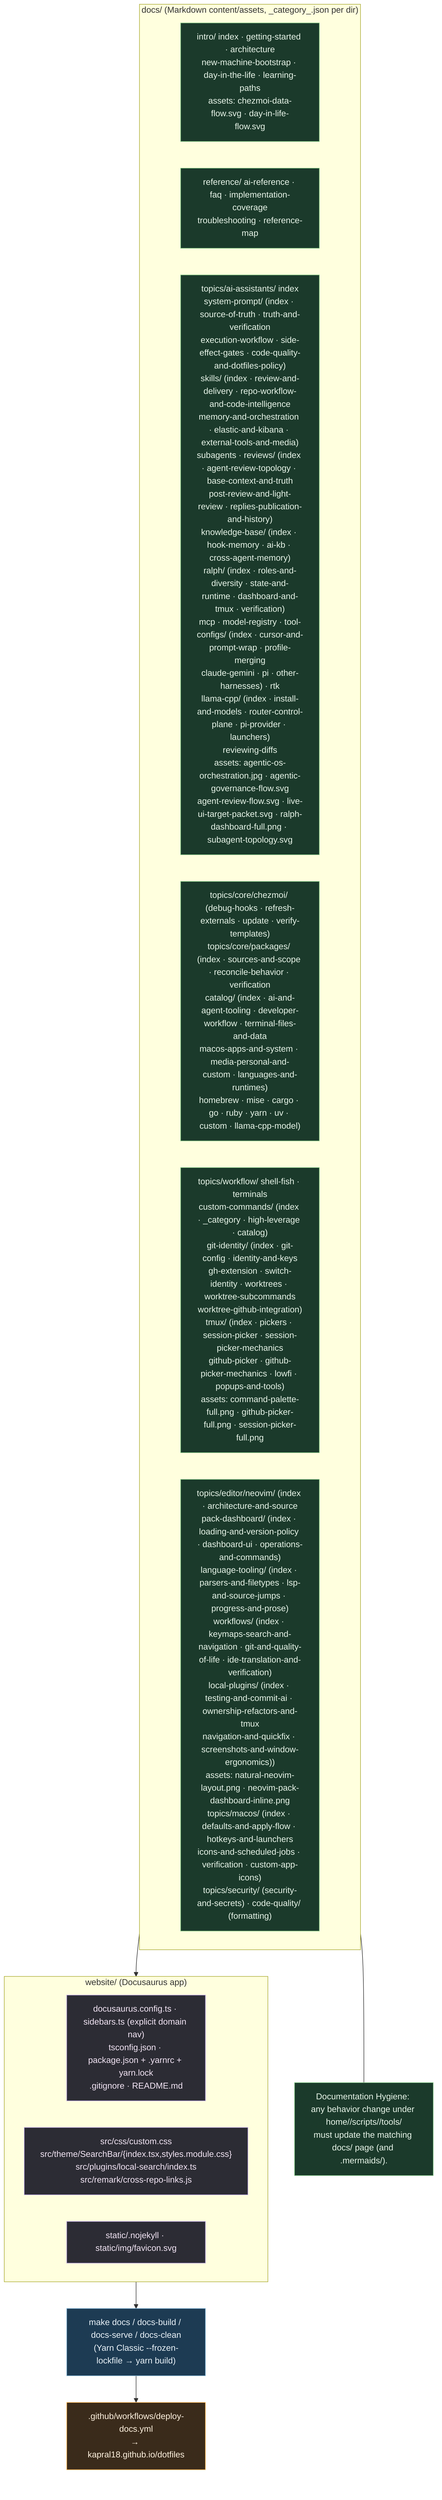
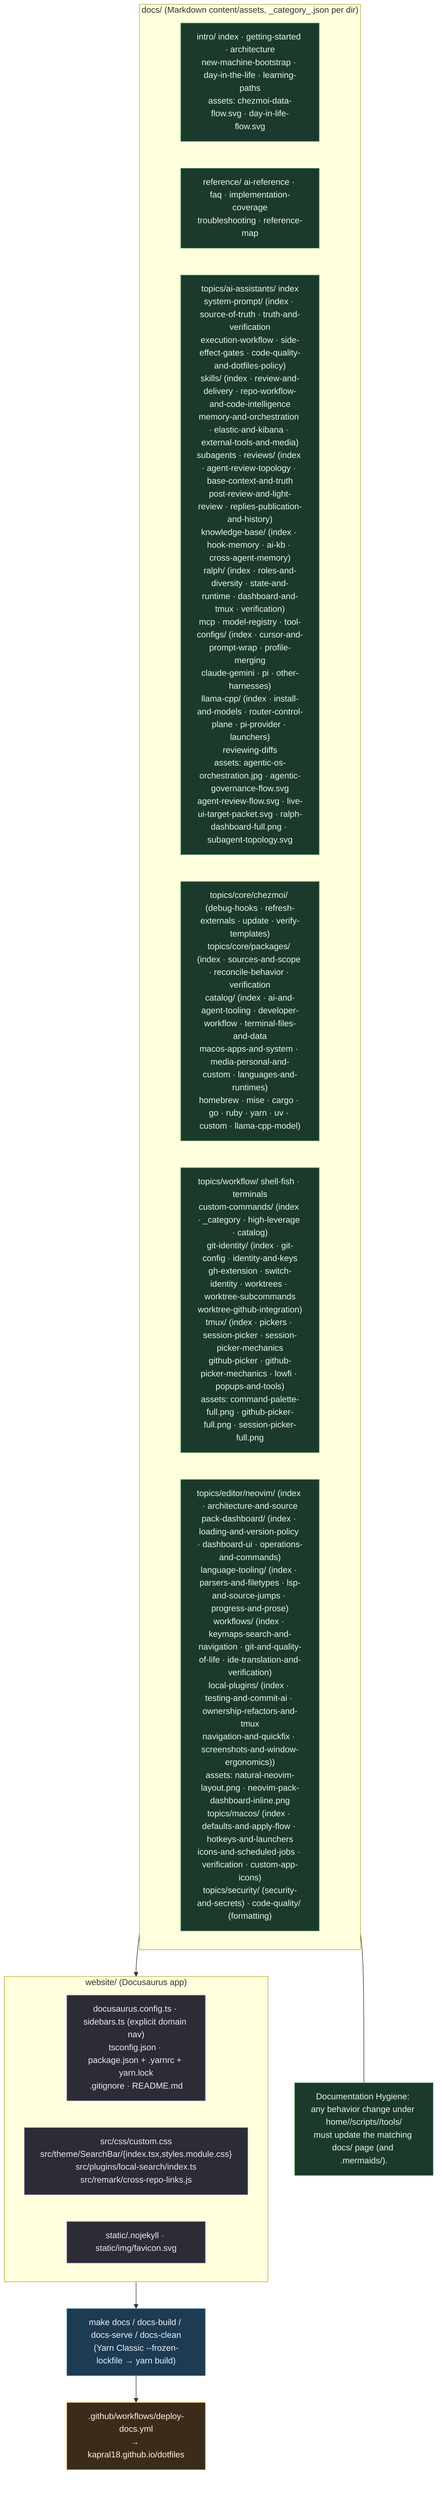
%% ============================================================================
%% 10-docs-and-repo-meta.mmd — Docusaurus site (website/ + docs/) and how it
%% ships. docs/ = Markdown content/assets; website/ = build/theme; deployed to GitHub Pages.
%% Every docs page + every website source file named.
%% ============================================================================
flowchart TB
    classDef site fill:#1d3b53,stroke:#7fb3d5,color:#eaf2f8;
    classDef content fill:#1b3a2b,stroke:#81c784,color:#e8f5e9;
    classDef build fill:#2c2c34,stroke:#b39ddb,color:#f3e5f5;
    classDef ci fill:#3a2b1b,stroke:#ffb74d,color:#fff3e0;

    subgraph WEBSITE["website/ (Docusaurus app)"]
        CFG["docusaurus.config.ts · sidebars.ts (explicit domain nav)<br/>tsconfig.json · package.json + .yarnrc + yarn.lock<br/>.gitignore · README.md"]:::build
        SRC["src/css/custom.css<br/>src/theme/SearchBar/{index.tsx,styles.module.css}<br/>src/plugins/local-search/index.ts<br/>src/remark/cross-repo-links.js"]:::build
        STATIC["static/.nojekyll · static/img/favicon.svg"]:::build
    end

    subgraph DOCS["docs/ (Markdown content/assets, _category_.json per dir)"]
        INTRO["intro/ index · getting-started · architecture<br/>new-machine-bootstrap · day-in-the-life · learning-paths<br/>assets: chezmoi-data-flow.svg · day-in-life-flow.svg"]:::content
        REF["reference/ ai-reference · faq · implementation-coverage<br/>troubleshooting · reference-map"]:::content
-         TAI["topics/ai-assistants/ index<br/>system-prompt/ (index · source-of-truth · truth-and-verification<br/>execution-workflow · side-effect-gates · code-quality-and-dotfiles-policy)<br/>skills/ (index · review-and-delivery · repo-workflow-and-code-intelligence<br/>memory-and-orchestration · elastic-and-kibana · external-tools-and-media)<br/>subagents · reviews/ (index · agent-review-topology · base-context-and-truth<br/>post-review-and-light-review · replies-publication-and-history)<br/>knowledge-base/ (index · hook-memory · ai-kb · cross-agent-memory)<br/>ralph/ (index · roles-and-diversity · state-and-runtime · dashboard-and-tmux · verification)<br/>mcp · model-registry · tool-configs/ (index · cursor-and-prompt-wrap · profile-merging<br/>claude-gemini · pi · other-harnesses) · rtk<br/>llama-cpp/ (index · install-and-models · router-control-plane · pi-provider · launchers)<br/>reviewing-diffs<br/>assets: agentic-os-orchestration.jpg · agentic-governance-flow.svg<br/>agent-review-flow.svg · live-ui-target-packet.svg · ralph-dashboard-full.png · subagent-topology.svg"]:::content
+         TAI["topics/ai-assistants/ index<br/>system-prompt/ (index · source-of-truth · truth-and-verification<br/>execution-workflow · side-effect-gates · code-quality-and-dotfiles-policy)<br/>skills/ (index · review-and-delivery · repo-workflow-and-code-intelligence<br/>memory-and-orchestration · elastic-and-kibana · external-tools-and-media)<br/>subagents · reviews/ (index · agent-review-topology · base-context-and-truth<br/>post-review-and-light-review · replies-publication-and-history)<br/>knowledge-base/ (index · hook-memory · ai-kb · cross-agent-memory)<br/>ralph/ (index · roles-and-diversity · state-and-runtime · dashboard-and-tmux · verification)<br/>mcp · model-registry · tool-configs/ (index · cursor-and-prompt-wrap · profile-merging<br/>claude-gemini · pi · other-harnesses)<br/>llama-cpp/ (index · install-and-models · router-control-plane · pi-provider · launchers)<br/>reviewing-diffs<br/>assets: agentic-os-orchestration.jpg · agentic-governance-flow.svg<br/>agent-review-flow.svg · live-ui-target-packet.svg · ralph-dashboard-full.png · subagent-topology.svg"]:::content
        TCORE["topics/core/chezmoi/ (debug-hooks · refresh-externals · update · verify-templates)<br/>topics/core/packages/ (index · sources-and-scope · reconcile-behavior · verification<br/>catalog/ (index · ai-and-agent-tooling · developer-workflow · terminal-files-and-data<br/>macos-apps-and-system · media-personal-and-custom · languages-and-runtimes)<br/>homebrew · mise · cargo · go · ruby · yarn · uv · custom · llama-cpp-model)"]:::content
        TWORK["topics/workflow/ shell-fish · terminals<br/>custom-commands/ (index · _category · high-leverage · catalog)<br/>git-identity/ (index · git-config · identity-and-keys<br/>gh-extension · switch-identity · worktrees · worktree-subcommands<br/>worktree-github-integration)<br/>tmux/ (index · pickers · session-picker · session-picker-mechanics<br/>github-picker · github-picker-mechanics · lowfi · popups-and-tools)<br/>assets: command-palette-full.png · github-picker-full.png · session-picker-full.png"]:::content
        TMISC["topics/editor/neovim/ (index · architecture-and-source<br/>pack-dashboard/ (index · loading-and-version-policy · dashboard-ui · operations-and-commands)<br/>language-tooling/ (index · parsers-and-filetypes · lsp-and-source-jumps · progress-and-prose)<br/>workflows/ (index · keymaps-search-and-navigation · git-and-quality-of-life · ide-translation-and-verification)<br/>local-plugins/ (index · testing-and-commit-ai · ownership-refactors-and-tmux<br/>navigation-and-quickfix · screenshots-and-window-ergonomics))<br/>assets: natural-neovim-layout.png · neovim-pack-dashboard-inline.png<br/>topics/macos/ (index · defaults-and-apply-flow · hotkeys-and-launchers<br/>icons-and-scheduled-jobs · verification · custom-app-icons)<br/>topics/security/ (security-and-secrets) · code-quality/ (formatting)"]:::content
    end

    DOCS --> WEBSITE
    WEBSITE --> BUILD["make docs / docs-build / docs-serve / docs-clean<br/>(Yarn Classic --frozen-lockfile → yarn build)"]:::site
    BUILD --> CI[".github/workflows/deploy-docs.yml<br/>→ kapral18.github.io/dotfiles"]:::ci

    NOTE["Documentation Hygiene: any behavior change under home//scripts//tools/<br/>must update the matching docs/ page (and .mermaids/)."]:::content
    DOCS --- NOTE
